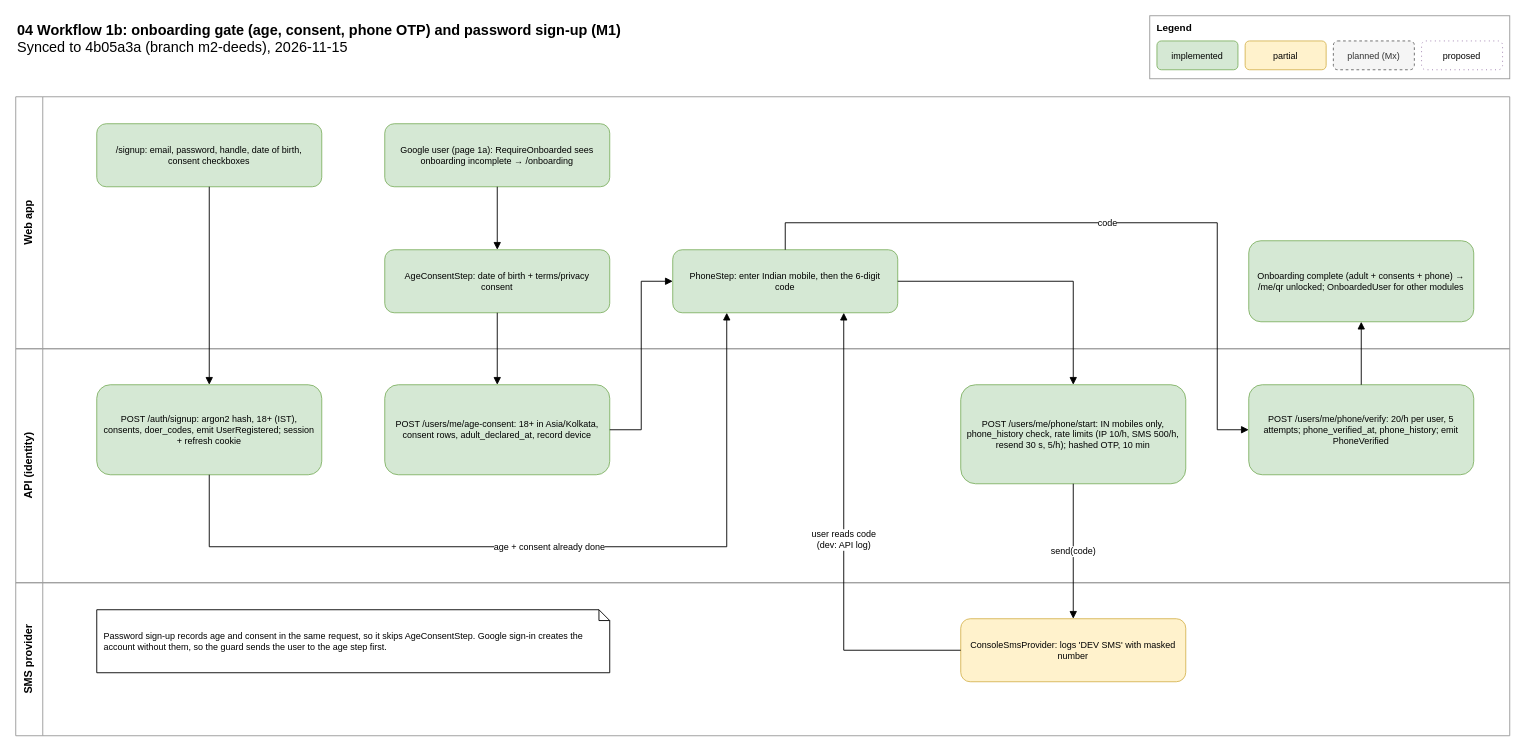
Before: page "1b Onboarding gate + password sign-up" (2 of 8) of docs/architecture/04-workflows.drawio in Ismail94M/Good-Deeds, a draw.io diagram. Source tidied: cells renumbered, new cells numbered last; positions are measured from the earlier drawing's top-left corner, leaving out a move shared by most shapes. Both pictures are drawn from the tidied source at 90%, with x=0, y=0 at pixel (15, 15).
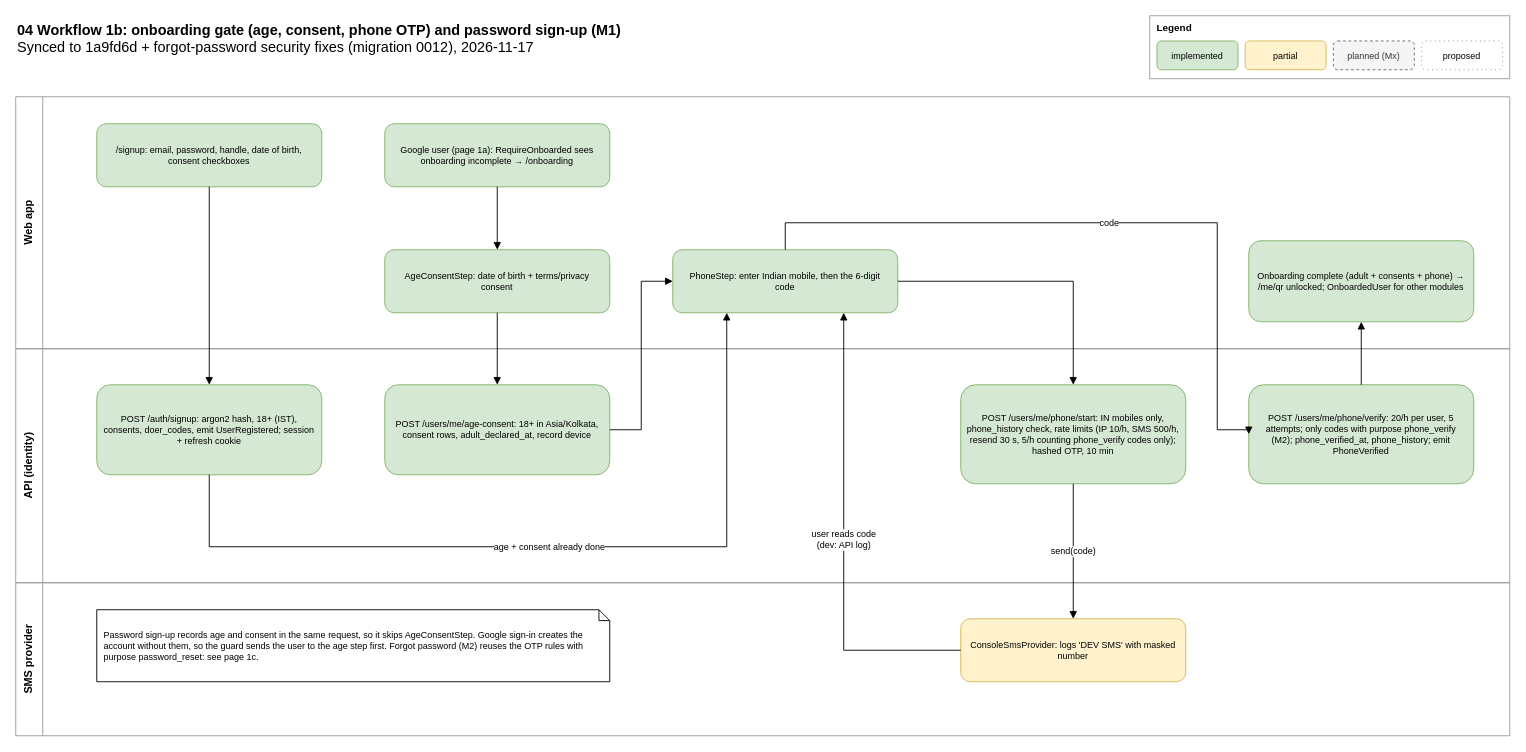
The same page after the edit.

Change to the diagram source:
```diff
@@
-    <mxCell id="2" value="&lt;b&gt;04 Workflow 1b: onboarding gate (age, consent, phone OTP) and password sign-up (M1)&lt;/b&gt;&lt;br&gt;Synced to 4b05a3a (branch m2-deeds), 2026-11-15" style="text;html=1;align=left;verticalAlign=top;fontSize=16;strokeColor=none;fillColor=none;" parent="1" vertex="1">
+    <mxCell id="2" value="&lt;b&gt;04 Workflow 1b: onboarding gate (age, consent, phone OTP) and password sign-up (M1)&lt;/b&gt;&lt;br&gt;Synced to 1a9fd6d + forgot-password security fixes (migration 0012), 2026-11-17" style="text;html=1;align=left;verticalAlign=top;fontSize=16;strokeColor=none;fillColor=none;" parent="1" vertex="1">
       <mxGeometry width="900" height="50" as="geometry" />
     </mxCell>
@@
-    <mxCell id="18" value="POST /users/me/phone/start: IN mobiles only, phone_history check, rate limits (IP 10/h, SMS 500/h, resend 30 s, 5/h); hashed OTP, 10 min" style="rounded=1;whiteSpace=wrap;html=1;fontSize=10;spacing=8;fillColor=#d5e8d4;strokeColor=#82b366;" parent="1" vertex="1">
+    <mxCell id="18" value="POST /users/me/phone/start: IN mobiles only, phone_history check, rate limits (IP 10/h, SMS 500/h, resend 30 s, 5/h counting phone_verify codes only); hashed OTP, 10 min" style="rounded=1;whiteSpace=wrap;html=1;fontSize=10;spacing=8;fillColor=#d5e8d4;strokeColor=#82b366;" parent="1" vertex="1">
       <mxGeometry x="1050" y="410" width="250" height="110" as="geometry" />
     </mxCell>
-    <mxCell id="19" value="POST /users/me/phone/verify: 20/h per user, 5 attempts; phone_verified_at, phone_history; emit PhoneVerified" style="rounded=1;whiteSpace=wrap;html=1;fontSize=10;spacing=8;fillColor=#d5e8d4;strokeColor=#82b366;" parent="1" vertex="1">
-      <mxGeometry x="1370" y="410" width="250" height="100" as="geometry" />
+    <mxCell id="19" value="POST /users/me/phone/verify: 20/h per user, 5 attempts; only codes with purpose phone_verify (M2); phone_verified_at, phone_history; emit PhoneVerified" style="rounded=1;whiteSpace=wrap;html=1;fontSize=10;spacing=8;fillColor=#d5e8d4;strokeColor=#82b366;" parent="1" vertex="1">
+      <mxGeometry x="1370" y="410" width="250" height="110" as="geometry" />
     </mxCell>
@@
-    <mxCell id="21" value="Password sign-up records age and consent in the same request, so it skips AgeConsentStep. Google sign-in creates the account without them, so the guard sends the user to the age step first." style="shape=note;whiteSpace=wrap;html=1;size=12;align=left;spacingLeft=6;fontSize=10;" parent="1" vertex="1">
-      <mxGeometry x="90" y="660" width="570" height="70" as="geometry" />
+    <mxCell id="21" value="Password sign-up records age and consent in the same request, so it skips AgeConsentStep. Google sign-in creates the account without them, so the guard sends the user to the age step first. Forgot password (M2) reuses the OTP rules with purpose password_reset: see page 1c." style="shape=note;whiteSpace=wrap;html=1;size=12;align=left;spacingLeft=6;fontSize=10;" parent="1" vertex="1">
+      <mxGeometry x="90" y="660" width="570" height="80" as="geometry" />
     </mxCell>
```
